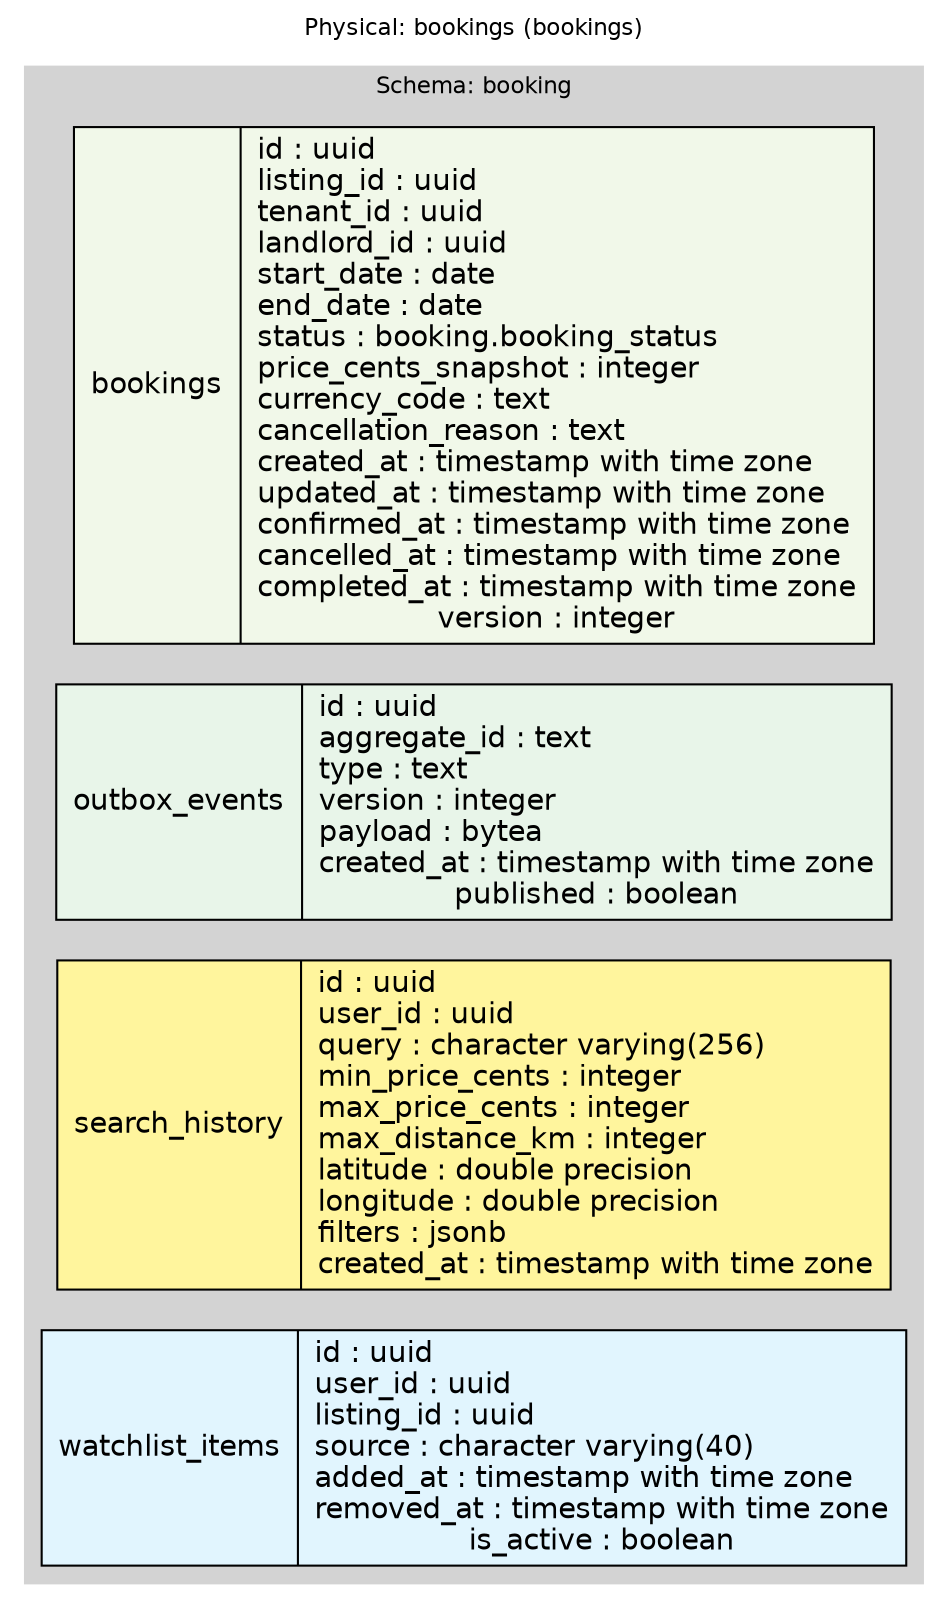
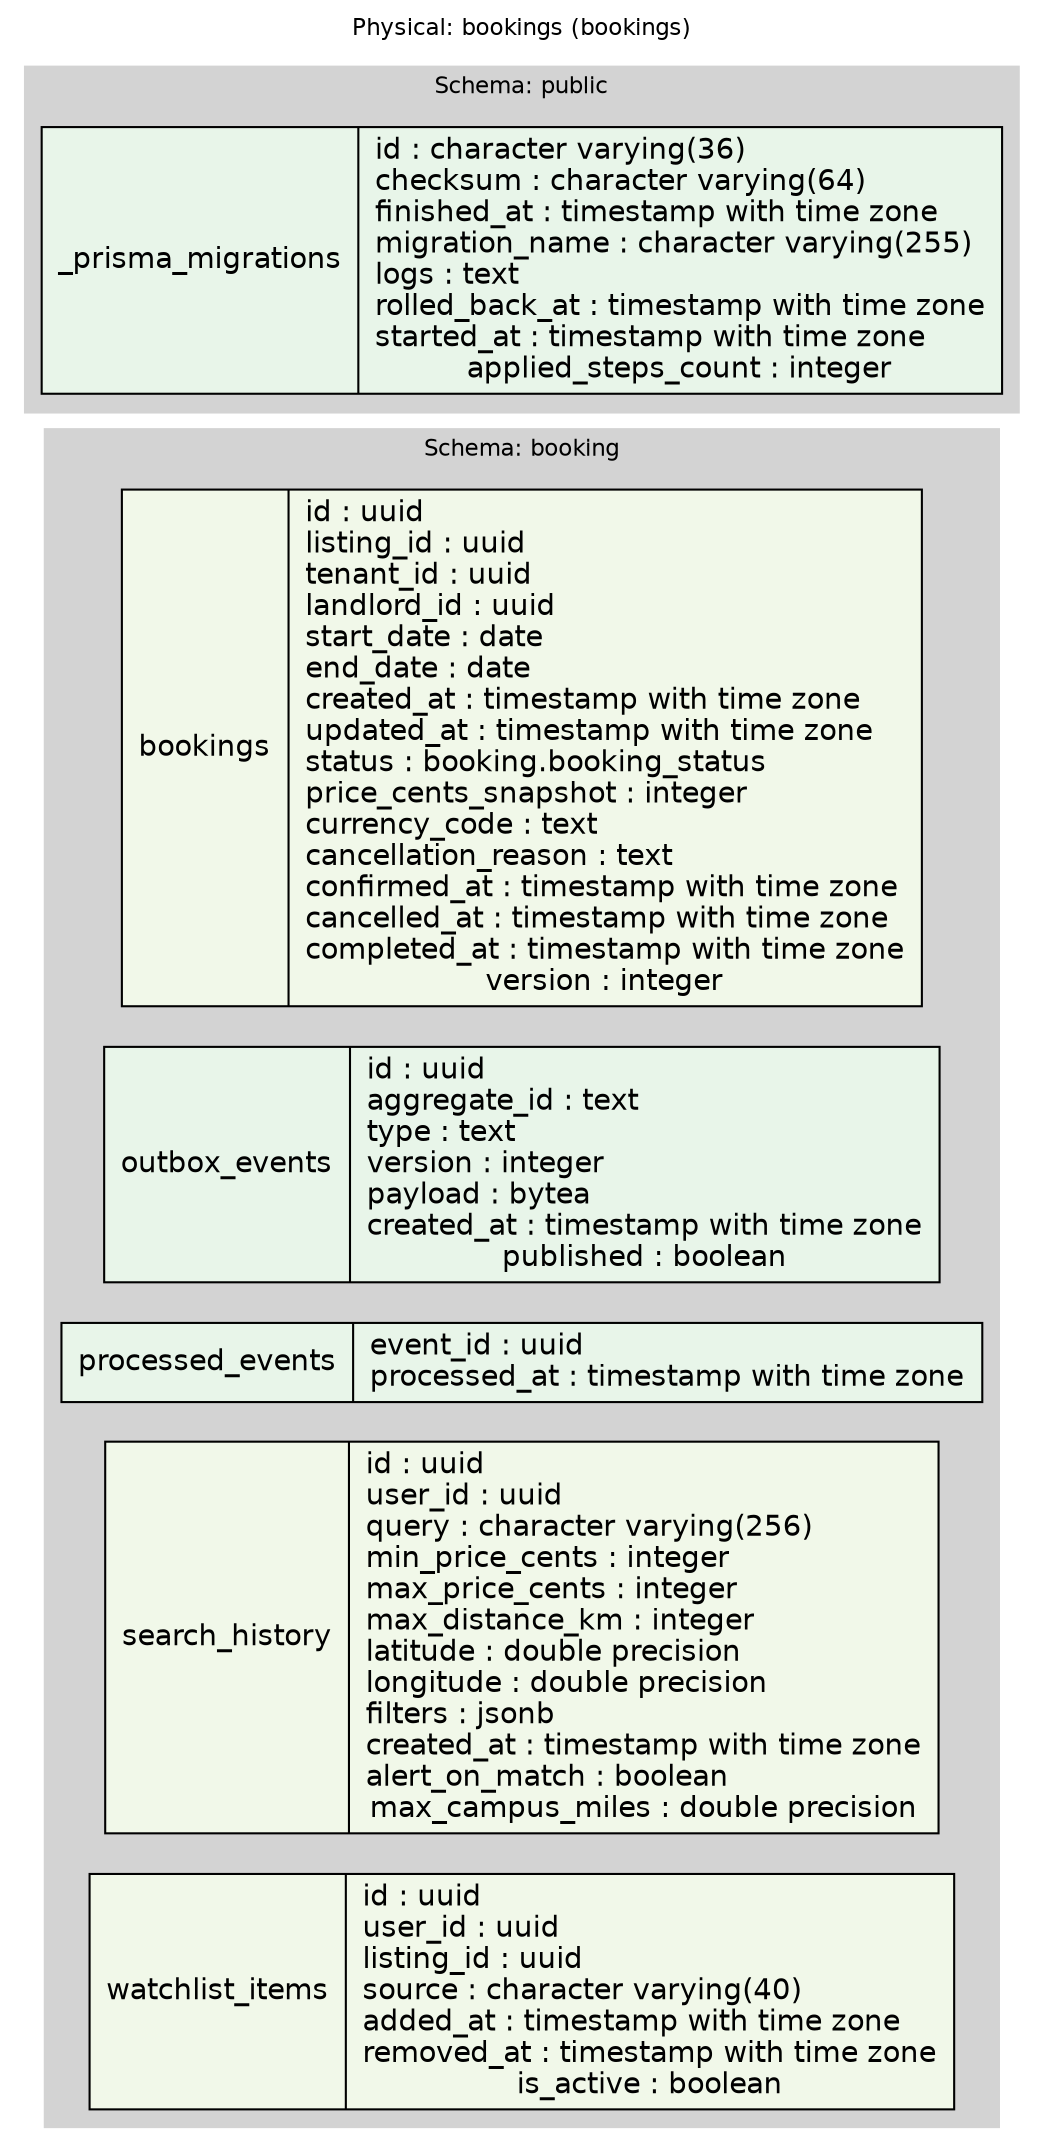
digraph physical {
  // Shared visual system — include inside digraph { } after the opening line.
  graph [fontname="Helvetica", fontsize=11];
  node [fontname="Helvetica"];
  edge [fontname="Helvetica", fontsize=9];
  graph [rankdir=LR, fontsize=11, label="Physical: bookings (bookings)", labelloc=t];
  node [shape=record, fontname="Helvetica"];
  edge [fontname="Helvetica", fontsize=8];

  subgraph cluster_booking {
    style=filled;
    color=lightgrey;
    label="Schema: booking";
-     "booking_bookings" [label="{bookings|id : uuid\llisting_id : uuid\ltenant_id : uuid\llandlord_id : uuid\lstart_date : date\lend_date : date\lstatus : booking.booking_status\lprice_cents_snapshot : integer\lcurrency_code : text\lcancellation_reason : text\lcreated_at : timestamp with time zone\lupdated_at : timestamp with time zone\lconfirmed_at : timestamp with time zone\lcancelled_at : timestamp with time zone\lcompleted_at : timestamp with time zone\lversion : integer}", style=filled, fillcolor="#f1f8e9"];
+     "booking_bookings" [label="{bookings|id : uuid\llisting_id : uuid\ltenant_id : uuid\llandlord_id : uuid\lstart_date : date\lend_date : date\lcreated_at : timestamp with time zone\lupdated_at : timestamp with time zone\lstatus : booking.booking_status\lprice_cents_snapshot : integer\lcurrency_code : text\lcancellation_reason : text\lconfirmed_at : timestamp with time zone\lcancelled_at : timestamp with time zone\lcompleted_at : timestamp with time zone\lversion : integer}", style=filled, fillcolor="#f1f8e9"];
    "booking_outbox_events" [label="{outbox_events|id : uuid\laggregate_id : text\ltype : text\lversion : integer\lpayload : bytea\lcreated_at : timestamp with time zone\lpublished : boolean}", style=filled, fillcolor="#e8f5e9"];
-     "booking_search_history" [label="{search_history|id : uuid\luser_id : uuid\lquery : character varying(256)\lmin_price_cents : integer\lmax_price_cents : integer\lmax_distance_km : integer\llatitude : double precision\llongitude : double precision\lfilters : jsonb\lcreated_at : timestamp with time zone}", style=filled, fillcolor="#fff59d"];
-     "booking_watchlist_items" [label="{watchlist_items|id : uuid\luser_id : uuid\llisting_id : uuid\lsource : character varying(40)\ladded_at : timestamp with time zone\lremoved_at : timestamp with time zone\lis_active : boolean}", style=filled, fillcolor="#e1f5fe"];
+     "booking_processed_events" [label="{processed_events|event_id : uuid\lprocessed_at : timestamp with time zone}", style=filled, fillcolor="#e8f5e9"];
+     "booking_search_history" [label="{search_history|id : uuid\luser_id : uuid\lquery : character varying(256)\lmin_price_cents : integer\lmax_price_cents : integer\lmax_distance_km : integer\llatitude : double precision\llongitude : double precision\lfilters : jsonb\lcreated_at : timestamp with time zone\lalert_on_match : boolean\lmax_campus_miles : double precision}", style=filled, fillcolor="#f1f8e9"];
+     "booking_watchlist_items" [label="{watchlist_items|id : uuid\luser_id : uuid\llisting_id : uuid\lsource : character varying(40)\ladded_at : timestamp with time zone\lremoved_at : timestamp with time zone\lis_active : boolean}", style=filled, fillcolor="#f1f8e9"];
+   }
+ 
+   subgraph cluster_public {
+     style=filled;
+     color=lightgrey;
+     label="Schema: public";
+     "public__prisma_migrations" [label="{_prisma_migrations|id : character varying(36)\lchecksum : character varying(64)\lfinished_at : timestamp with time zone\lmigration_name : character varying(255)\llogs : text\lrolled_back_at : timestamp with time zone\lstarted_at : timestamp with time zone\lapplied_steps_count : integer}", style=filled, fillcolor="#e8f5e9"];
  }

}
